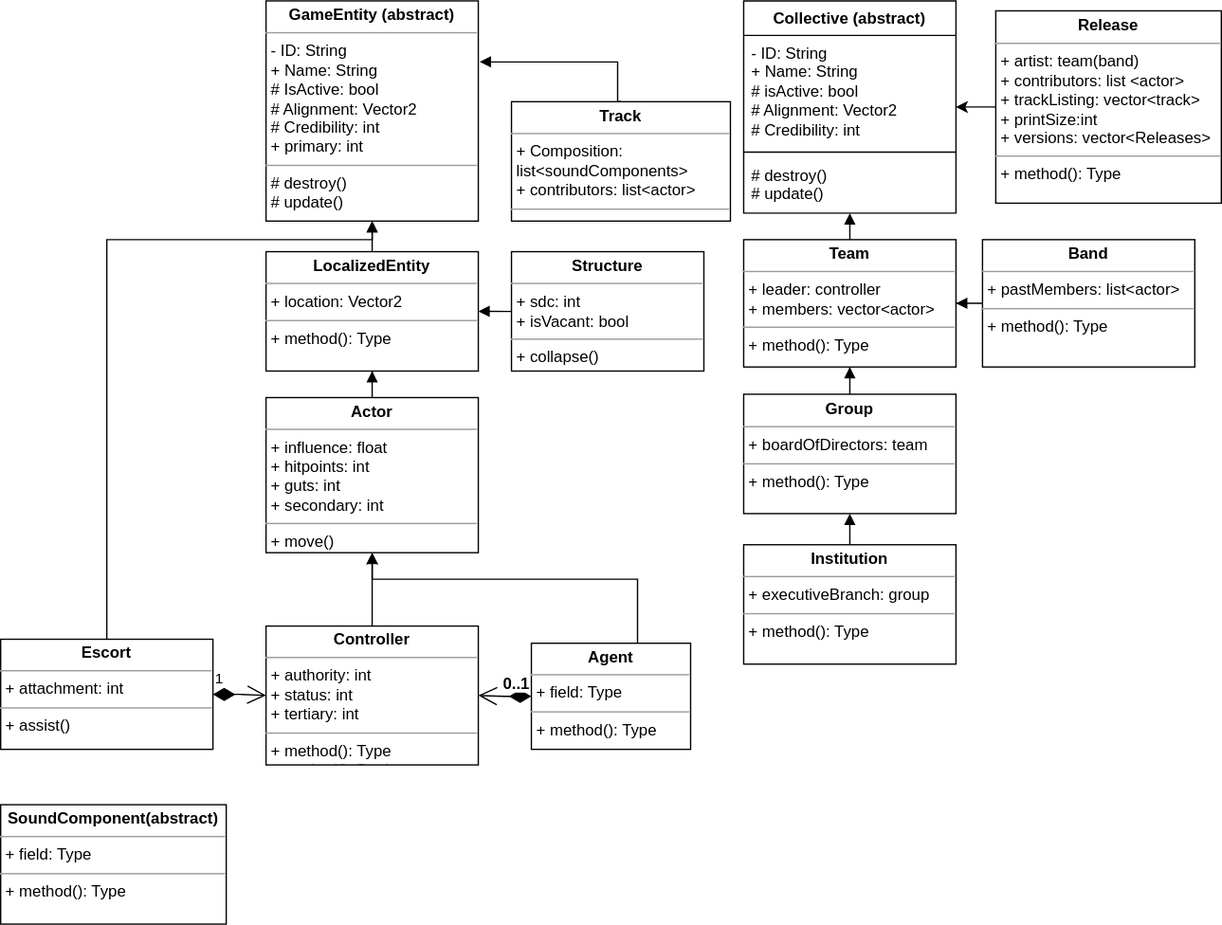
Before: TheProspector/Assets/Schematics/Entity.svg, a diagram exported from draw.io (SakuNurmiranta/TheProspector). Source tidied: cells renumbered, new cells last; positions are measured from the earlier drawing's top-left corner, leaving out a move shared by most shapes.
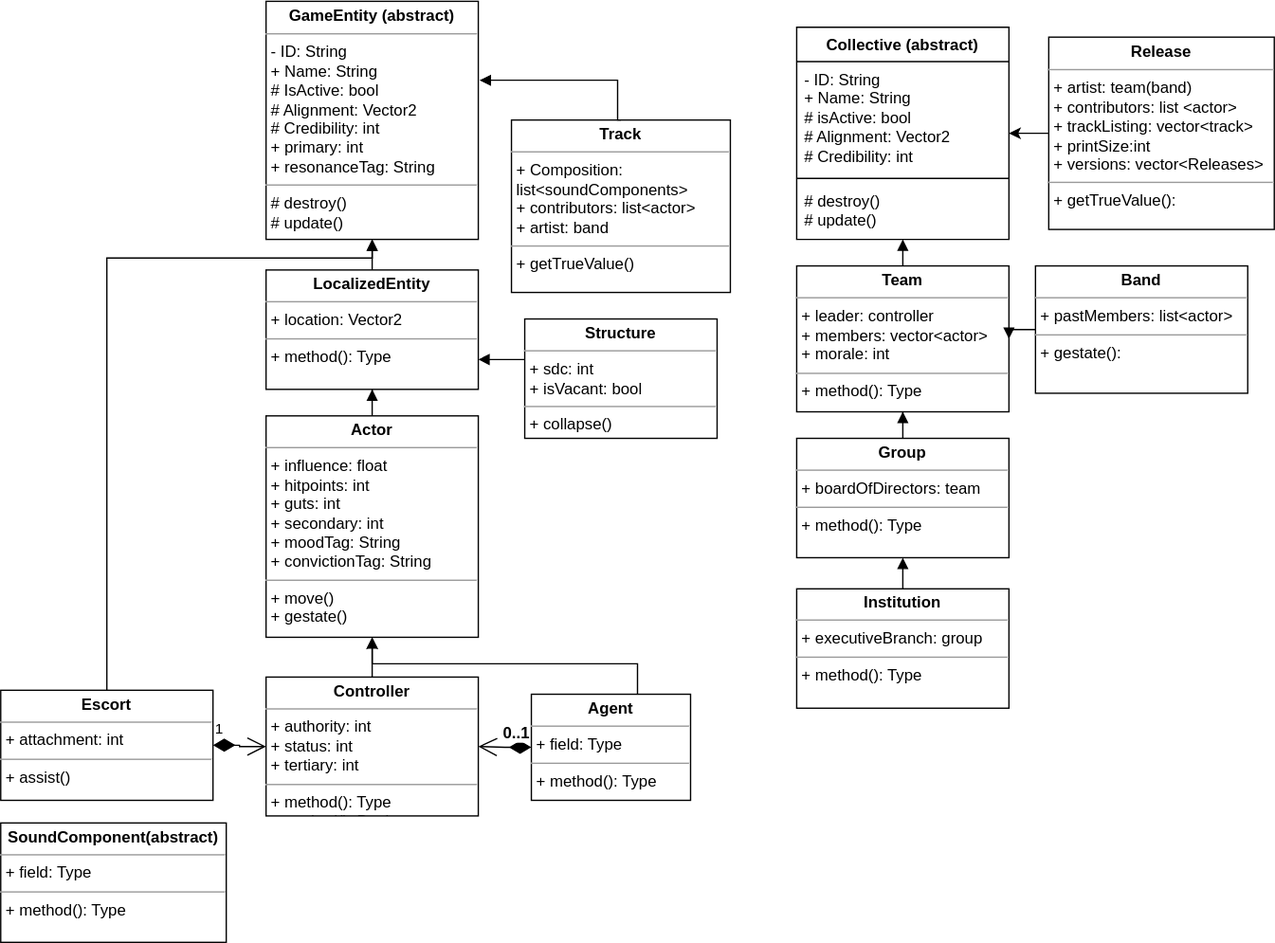
Above is the later version.

Commit message:
Track and Tag definations

Change to the diagram source:
```diff
@@ -4,4 +4,4 @@
     <mxCell id="1" parent="0" />
-    <mxCell id="2" value="&lt;p style=&quot;margin:0px;margin-top:4px;text-align:center;&quot;&gt;&lt;b&gt;GameEntity (abstract)&lt;/b&gt;&lt;/p&gt;&lt;hr size=&quot;1&quot;&gt;&lt;p style=&quot;margin:0px;margin-left:4px;&quot;&gt;- ID: String&lt;/p&gt;&lt;p style=&quot;border-color: var(--border-color); margin: 0px 0px 0px 4px;&quot;&gt;+ Name: String&lt;/p&gt;&lt;p style=&quot;border-color: var(--border-color); margin: 0px 0px 0px 4px;&quot;&gt;# IsActive: bool&lt;/p&gt;&lt;p style=&quot;border-color: var(--border-color); margin: 0px 0px 0px 4px;&quot;&gt;# Alignment: Vector2&lt;/p&gt;&lt;p style=&quot;border-color: var(--border-color); margin: 0px 0px 0px 4px;&quot;&gt;# Credibility: int&lt;/p&gt;&lt;p style=&quot;border-color: var(--border-color); margin: 0px 0px 0px 4px;&quot;&gt;+ primary: int&lt;/p&gt;&lt;hr size=&quot;1&quot;&gt;&lt;p style=&quot;margin:0px;margin-left:4px;&quot;&gt;&lt;span style=&quot;background-color: initial;&quot;&gt;# destroy()&lt;/span&gt;&lt;br&gt;&lt;/p&gt;&lt;p style=&quot;margin:0px;margin-left:4px;&quot;&gt;# update()&lt;/p&gt;" style="verticalAlign=top;align=left;overflow=fill;fontSize=12;fontFamily=Helvetica;html=1;whiteSpace=wrap;" parent="1" vertex="1">
-      <mxGeometry x="200" width="160" height="166" as="geometry" />
+    <mxCell id="2" value="&lt;p style=&quot;margin:0px;margin-top:4px;text-align:center;&quot;&gt;&lt;b&gt;GameEntity (abstract)&lt;/b&gt;&lt;/p&gt;&lt;hr size=&quot;1&quot;&gt;&lt;p style=&quot;margin:0px;margin-left:4px;&quot;&gt;- ID: String&lt;/p&gt;&lt;p style=&quot;border-color: var(--border-color); margin: 0px 0px 0px 4px;&quot;&gt;+ Name: String&lt;/p&gt;&lt;p style=&quot;border-color: var(--border-color); margin: 0px 0px 0px 4px;&quot;&gt;# IsActive: bool&lt;/p&gt;&lt;p style=&quot;border-color: var(--border-color); margin: 0px 0px 0px 4px;&quot;&gt;# Alignment: Vector2&lt;/p&gt;&lt;p style=&quot;border-color: var(--border-color); margin: 0px 0px 0px 4px;&quot;&gt;# Credibility: int&lt;/p&gt;&lt;p style=&quot;border-color: var(--border-color); margin: 0px 0px 0px 4px;&quot;&gt;+ primary: int&lt;/p&gt;&lt;p style=&quot;border-color: var(--border-color); margin: 0px 0px 0px 4px;&quot;&gt;+ resonanceTag: String&lt;/p&gt;&lt;hr size=&quot;1&quot;&gt;&lt;p style=&quot;margin:0px;margin-left:4px;&quot;&gt;&lt;span style=&quot;background-color: initial;&quot;&gt;# destroy()&lt;/span&gt;&lt;br&gt;&lt;/p&gt;&lt;p style=&quot;margin:0px;margin-left:4px;&quot;&gt;# update()&lt;/p&gt;" style="verticalAlign=top;align=left;overflow=fill;fontSize=12;fontFamily=Helvetica;html=1;whiteSpace=wrap;" parent="1" vertex="1">
+      <mxGeometry x="200" y="-13.5" width="160" height="179.5" as="geometry" />
     </mxCell>
@@ -11,3 +11,3 @@
     <mxCell id="4" value="&lt;p style=&quot;margin:0px;margin-top:4px;text-align:center;&quot;&gt;&lt;b&gt;Controller&lt;/b&gt;&lt;/p&gt;&lt;hr size=&quot;1&quot;&gt;&lt;p style=&quot;margin:0px;margin-left:4px;&quot;&gt;+ authority: int&lt;/p&gt;&lt;p style=&quot;margin:0px;margin-left:4px;&quot;&gt;+ status: int&lt;/p&gt;&lt;p style=&quot;margin:0px;margin-left:4px;&quot;&gt;+ tertiary: int&lt;/p&gt;&lt;hr size=&quot;1&quot;&gt;&lt;p style=&quot;margin:0px;margin-left:4px;&quot;&gt;+ method(): Type&lt;/p&gt;&lt;p style=&quot;margin:0px;margin-left:4px;&quot;&gt;+ method(): Declare&lt;/p&gt;" style="verticalAlign=top;align=left;overflow=fill;fontSize=12;fontFamily=Helvetica;html=1;whiteSpace=wrap;" parent="1" vertex="1">
-      <mxGeometry x="200" y="471.3" width="160" height="104.7" as="geometry" />
+      <mxGeometry x="200" y="496" width="160" height="104.7" as="geometry" />
     </mxCell>
@@ -16,4 +16,4 @@
         <Array as="points">
-          <mxPoint x="480" y="436" />
-          <mxPoint x="280" y="436" />
+          <mxPoint x="480" y="486" />
+          <mxPoint x="280" y="486" />
         </Array>
@@ -22,3 +22,3 @@
     <mxCell id="6" value="&lt;p style=&quot;margin:0px;margin-top:4px;text-align:center;&quot;&gt;&lt;b&gt;Agent&lt;/b&gt;&lt;/p&gt;&lt;hr size=&quot;1&quot;&gt;&lt;p style=&quot;margin:0px;margin-left:4px;&quot;&gt;+ field: Type&lt;/p&gt;&lt;hr size=&quot;1&quot;&gt;&lt;p style=&quot;margin:0px;margin-left:4px;&quot;&gt;+ method(): Type&lt;/p&gt;" style="verticalAlign=top;align=left;overflow=fill;fontSize=12;fontFamily=Helvetica;html=1;whiteSpace=wrap;" parent="1" vertex="1">
-      <mxGeometry x="400" y="484.2" width="120" height="80" as="geometry" />
+      <mxGeometry x="400" y="508.9" width="120" height="80" as="geometry" />
     </mxCell>
@@ -30,4 +30,4 @@
     </mxCell>
-    <mxCell id="9" value="&lt;p style=&quot;margin:0px;margin-top:4px;text-align:center;&quot;&gt;&lt;b&gt;Actor&lt;/b&gt;&lt;/p&gt;&lt;hr size=&quot;1&quot;&gt;&lt;p style=&quot;margin:0px;margin-left:4px;&quot;&gt;&lt;span style=&quot;background-color: initial;&quot;&gt;+ influence: float&lt;/span&gt;&lt;br&gt;&lt;/p&gt;&lt;p style=&quot;margin:0px;margin-left:4px;&quot;&gt;&lt;span style=&quot;background-color: initial;&quot;&gt;+ hitpoints: int&lt;/span&gt;&lt;/p&gt;&lt;p style=&quot;margin:0px;margin-left:4px;&quot;&gt;&lt;span style=&quot;background-color: initial;&quot;&gt;+ guts: int&lt;/span&gt;&lt;/p&gt;&lt;p style=&quot;margin:0px;margin-left:4px;&quot;&gt;&lt;span style=&quot;background-color: initial;&quot;&gt;+ secondary: int&lt;/span&gt;&lt;/p&gt;&lt;hr size=&quot;1&quot;&gt;&lt;p style=&quot;margin:0px;margin-left:4px;&quot;&gt;+ move()&lt;/p&gt;" style="verticalAlign=top;align=left;overflow=fill;fontSize=12;fontFamily=Helvetica;html=1;whiteSpace=wrap;" parent="1" vertex="1">
-      <mxGeometry x="200" y="299.1" width="160" height="116.9" as="geometry" />
+    <mxCell id="9" value="&lt;p style=&quot;margin:0px;margin-top:4px;text-align:center;&quot;&gt;&lt;b&gt;Actor&lt;/b&gt;&lt;/p&gt;&lt;hr size=&quot;1&quot;&gt;&lt;p style=&quot;margin:0px;margin-left:4px;&quot;&gt;&lt;span style=&quot;background-color: initial;&quot;&gt;+ influence: float&lt;/span&gt;&lt;br&gt;&lt;/p&gt;&lt;p style=&quot;margin:0px;margin-left:4px;&quot;&gt;&lt;span style=&quot;background-color: initial;&quot;&gt;+ hitpoints: int&lt;/span&gt;&lt;/p&gt;&lt;p style=&quot;margin:0px;margin-left:4px;&quot;&gt;&lt;span style=&quot;background-color: initial;&quot;&gt;+ guts: int&lt;/span&gt;&lt;/p&gt;&lt;p style=&quot;margin:0px;margin-left:4px;&quot;&gt;&lt;span style=&quot;background-color: initial;&quot;&gt;+ secondary: int&lt;/span&gt;&lt;/p&gt;&lt;p style=&quot;margin:0px;margin-left:4px;&quot;&gt;&lt;span style=&quot;background-color: initial;&quot;&gt;+ moodTag: String&lt;/span&gt;&lt;/p&gt;&lt;p style=&quot;margin:0px;margin-left:4px;&quot;&gt;&lt;span style=&quot;background-color: initial;&quot;&gt;+ convictionTag: String&lt;/span&gt;&lt;/p&gt;&lt;hr size=&quot;1&quot;&gt;&lt;p style=&quot;margin:0px;margin-left:4px;&quot;&gt;+ move()&lt;/p&gt;&lt;p style=&quot;margin:0px;margin-left:4px;&quot;&gt;+ gestate()&lt;/p&gt;" style="verticalAlign=top;align=left;overflow=fill;fontSize=12;fontFamily=Helvetica;html=1;whiteSpace=wrap;" parent="1" vertex="1">
+      <mxGeometry x="200" y="299.1" width="160" height="166.9" as="geometry" />
     </mxCell>
@@ -42,3 +42,3 @@
     <mxCell id="11" value="&lt;p style=&quot;margin:0px;margin-top:4px;text-align:center;&quot;&gt;&lt;b&gt;Escort&lt;/b&gt;&lt;/p&gt;&lt;hr size=&quot;1&quot;&gt;&lt;p style=&quot;margin:0px;margin-left:4px;&quot;&gt;+ attachment: int&lt;br&gt;&lt;/p&gt;&lt;hr size=&quot;1&quot;&gt;&lt;p style=&quot;margin:0px;margin-left:4px;&quot;&gt;+ assist()&lt;/p&gt;" style="verticalAlign=top;align=left;overflow=fill;fontSize=12;fontFamily=Helvetica;html=1;whiteSpace=wrap;" parent="1" vertex="1">
-      <mxGeometry y="481.2" width="160" height="83" as="geometry" />
+      <mxGeometry y="505.9" width="160" height="83" as="geometry" />
     </mxCell>
@@ -53,10 +53,14 @@
     </mxCell>
-    <mxCell id="15" style="edgeStyle=orthogonalEdgeStyle;rounded=0;jettySize=auto;html=1;entryX=1;entryY=0.5;entryDx=0;entryDy=0;endArrow=block;endFill=1;" parent="1" edge="1" source="16" target="14">
-      <mxGeometry relative="1" as="geometry" />
+    <mxCell id="15" style="edgeStyle=orthogonalEdgeStyle;rounded=0;jettySize=auto;html=1;endArrow=block;endFill=1;entryX=1;entryY=0.75;entryDx=0;entryDy=0;" parent="1" edge="1" source="16" target="14">
+      <mxGeometry relative="1" as="geometry">
+        <Array as="points">
+          <mxPoint x="380" y="256" />
+        </Array>
+      </mxGeometry>
     </mxCell>
     <mxCell id="16" value="&lt;p style=&quot;margin:0px;margin-top:4px;text-align:center;&quot;&gt;&lt;b&gt;Structure&lt;/b&gt;&lt;/p&gt;&lt;hr size=&quot;1&quot;&gt;&lt;p style=&quot;margin:0px;margin-left:4px;&quot;&gt;+ sdc: int&lt;/p&gt;&lt;p style=&quot;margin:0px;margin-left:4px;&quot;&gt;+ isVacant: bool&lt;/p&gt;&lt;hr size=&quot;1&quot;&gt;&lt;p style=&quot;margin:0px;margin-left:4px;&quot;&gt;+ collapse()&lt;/p&gt;" style="verticalAlign=top;align=left;overflow=fill;fontSize=12;fontFamily=Helvetica;html=1;whiteSpace=wrap;" parent="1" vertex="1">
-      <mxGeometry x="385" y="189.1" width="145" height="90" as="geometry" />
+      <mxGeometry x="395" y="226" width="145" height="90" as="geometry" />
     </mxCell>
     <mxCell id="17" value="Collective (abstract)" style="swimlane;fontStyle=1;align=center;verticalAlign=top;horizontal=1;startSize=26;whiteSpace=wrap;html=1;" parent="1" vertex="1">
-      <mxGeometry x="560" width="160" height="160" as="geometry" />
+      <mxGeometry x="600" y="6" width="160" height="160" as="geometry" />
     </mxCell>
@@ -71,4 +75,4 @@
     </mxCell>
-    <mxCell id="21" value="&lt;p style=&quot;margin:0px;margin-top:4px;text-align:center;&quot;&gt;&lt;b&gt;Team&lt;/b&gt;&lt;/p&gt;&lt;hr size=&quot;1&quot;&gt;&lt;p style=&quot;margin:0px;margin-left:4px;&quot;&gt;+ leader: controller&lt;/p&gt;&lt;p style=&quot;margin:0px;margin-left:4px;&quot;&gt;+ members: vector&amp;lt;actor&amp;gt;&lt;/p&gt;&lt;hr size=&quot;1&quot;&gt;&lt;p style=&quot;margin:0px;margin-left:4px;&quot;&gt;+ method(): Type&lt;/p&gt;" style="verticalAlign=top;align=left;overflow=fill;fontSize=12;fontFamily=Helvetica;html=1;whiteSpace=wrap;" parent="1" vertex="1">
-      <mxGeometry x="560" y="180" width="160" height="96" as="geometry" />
+    <mxCell id="21" value="&lt;p style=&quot;margin:0px;margin-top:4px;text-align:center;&quot;&gt;&lt;b&gt;Team&lt;/b&gt;&lt;/p&gt;&lt;hr size=&quot;1&quot;&gt;&lt;p style=&quot;margin:0px;margin-left:4px;&quot;&gt;+ leader: controller&lt;/p&gt;&lt;p style=&quot;margin:0px;margin-left:4px;&quot;&gt;+ members: vector&amp;lt;actor&amp;gt;&lt;/p&gt;&lt;p style=&quot;margin:0px;margin-left:4px;&quot;&gt;+ morale: int&lt;/p&gt;&lt;hr size=&quot;1&quot;&gt;&lt;p style=&quot;margin:0px;margin-left:4px;&quot;&gt;+ method(): Type&lt;/p&gt;" style="verticalAlign=top;align=left;overflow=fill;fontSize=12;fontFamily=Helvetica;html=1;whiteSpace=wrap;" parent="1" vertex="1">
+      <mxGeometry x="600" y="186" width="160" height="110" as="geometry" />
     </mxCell>
@@ -81,3 +85,3 @@
     <mxCell id="24" value="&lt;p style=&quot;margin:0px;margin-top:4px;text-align:center;&quot;&gt;&lt;b&gt;Group&lt;/b&gt;&lt;/p&gt;&lt;hr size=&quot;1&quot;&gt;&lt;p style=&quot;margin:0px;margin-left:4px;&quot;&gt;+ boardOfDirectors: team&lt;/p&gt;&lt;hr size=&quot;1&quot;&gt;&lt;p style=&quot;margin:0px;margin-left:4px;&quot;&gt;+ method(): Type&lt;/p&gt;" style="verticalAlign=top;align=left;overflow=fill;fontSize=12;fontFamily=Helvetica;html=1;whiteSpace=wrap;" parent="1" vertex="1">
-      <mxGeometry x="560" y="296.5" width="160" height="90" as="geometry" />
+      <mxGeometry x="600" y="316" width="160" height="90" as="geometry" />
     </mxCell>
@@ -87,6 +91,6 @@
     <mxCell id="26" value="&lt;p style=&quot;margin:0px;margin-top:4px;text-align:center;&quot;&gt;&lt;b&gt;Institution&lt;/b&gt;&lt;/p&gt;&lt;hr size=&quot;1&quot;&gt;&lt;p style=&quot;margin:0px;margin-left:4px;&quot;&gt;+ executiveBranch: group&lt;/p&gt;&lt;hr size=&quot;1&quot;&gt;&lt;p style=&quot;margin:0px;margin-left:4px;&quot;&gt;+ method(): Type&lt;/p&gt;" style="verticalAlign=top;align=left;overflow=fill;fontSize=12;fontFamily=Helvetica;html=1;whiteSpace=wrap;" parent="1" vertex="1">
-      <mxGeometry x="560" y="410" width="160" height="90" as="geometry" />
+      <mxGeometry x="600" y="429.5" width="160" height="90" as="geometry" />
     </mxCell>
-    <mxCell id="27" value="&lt;p style=&quot;margin:0px;margin-top:4px;text-align:center;&quot;&gt;&lt;b&gt;Track&lt;/b&gt;&lt;/p&gt;&lt;hr size=&quot;1&quot;&gt;&lt;p style=&quot;margin:0px;margin-left:4px;&quot;&gt;+ Composition: list&amp;lt;soundComponents&amp;gt;&lt;/p&gt;&lt;p style=&quot;margin:0px;margin-left:4px;&quot;&gt;+ contributors: list&amp;lt;actor&amp;gt;&lt;/p&gt;&lt;hr size=&quot;1&quot;&gt;&lt;p style=&quot;margin:0px;margin-left:4px;&quot;&gt;+ method(): Type&lt;/p&gt;" style="verticalAlign=top;align=left;overflow=fill;fontSize=12;fontFamily=Helvetica;html=1;whiteSpace=wrap;" parent="1" vertex="1">
-      <mxGeometry x="385" y="76" width="165" height="90" as="geometry" />
+    <mxCell id="27" value="&lt;p style=&quot;margin:0px;margin-top:4px;text-align:center;&quot;&gt;&lt;b&gt;Track&lt;/b&gt;&lt;/p&gt;&lt;hr size=&quot;1&quot;&gt;&lt;p style=&quot;margin:0px;margin-left:4px;&quot;&gt;+ Composition: list&amp;lt;soundComponents&amp;gt;&lt;/p&gt;&lt;p style=&quot;margin:0px;margin-left:4px;&quot;&gt;+ contributors: list&amp;lt;actor&amp;gt;&lt;/p&gt;&lt;p style=&quot;margin:0px;margin-left:4px;&quot;&gt;+ artist: band&lt;/p&gt;&lt;hr size=&quot;1&quot;&gt;&lt;p style=&quot;margin:0px;margin-left:4px;&quot;&gt;+ getTrueValue()&lt;/p&gt;" style="verticalAlign=top;align=left;overflow=fill;fontSize=12;fontFamily=Helvetica;html=1;whiteSpace=wrap;" parent="1" vertex="1">
+      <mxGeometry x="385" y="76" width="165" height="130" as="geometry" />
     </mxCell>
@@ -103,4 +107,4 @@
     </mxCell>
-    <mxCell id="30" value="&lt;p style=&quot;margin:0px;margin-top:4px;text-align:center;&quot;&gt;&lt;b&gt;Release&lt;/b&gt;&lt;/p&gt;&lt;hr size=&quot;1&quot;&gt;&lt;p style=&quot;margin:0px;margin-left:4px;&quot;&gt;+ artist: team(band)&lt;/p&gt;&lt;p style=&quot;margin:0px;margin-left:4px;&quot;&gt;+ contributors: list &amp;lt;actor&amp;gt;&lt;/p&gt;&lt;p style=&quot;margin:0px;margin-left:4px;&quot;&gt;+ trackListing: vector&amp;lt;track&amp;gt;&lt;/p&gt;&lt;p style=&quot;margin:0px;margin-left:4px;&quot;&gt;+ printSize:int&lt;/p&gt;&lt;p style=&quot;margin:0px;margin-left:4px;&quot;&gt;+ versions: vector&amp;lt;Releases&amp;gt;&lt;/p&gt;&lt;hr size=&quot;1&quot;&gt;&lt;p style=&quot;margin:0px;margin-left:4px;&quot;&gt;+ method(): Type&lt;/p&gt;" style="verticalAlign=top;align=left;overflow=fill;fontSize=12;fontFamily=Helvetica;html=1;whiteSpace=wrap;" parent="1" vertex="1">
-      <mxGeometry x="750" y="7.5" width="170" height="145" as="geometry" />
+    <mxCell id="30" value="&lt;p style=&quot;margin:0px;margin-top:4px;text-align:center;&quot;&gt;&lt;b&gt;Release&lt;/b&gt;&lt;/p&gt;&lt;hr size=&quot;1&quot;&gt;&lt;p style=&quot;margin:0px;margin-left:4px;&quot;&gt;+ artist: team(band)&lt;/p&gt;&lt;p style=&quot;margin:0px;margin-left:4px;&quot;&gt;+ contributors: list &amp;lt;actor&amp;gt;&lt;/p&gt;&lt;p style=&quot;margin:0px;margin-left:4px;&quot;&gt;+ trackListing: vector&amp;lt;track&amp;gt;&lt;/p&gt;&lt;p style=&quot;margin:0px;margin-left:4px;&quot;&gt;+ printSize:int&lt;/p&gt;&lt;p style=&quot;margin:0px;margin-left:4px;&quot;&gt;+ versions: vector&amp;lt;Releases&amp;gt;&lt;/p&gt;&lt;hr size=&quot;1&quot;&gt;&lt;p style=&quot;margin:0px;margin-left:4px;&quot;&gt;+ getTrueValue():&amp;nbsp;&lt;/p&gt;" style="verticalAlign=top;align=left;overflow=fill;fontSize=12;fontFamily=Helvetica;html=1;whiteSpace=wrap;" parent="1" vertex="1">
+      <mxGeometry x="790" y="13.5" width="170" height="145" as="geometry" />
     </mxCell>
@@ -109,4 +113,4 @@
     </mxCell>
-    <mxCell id="32" value="&lt;p style=&quot;margin:0px;margin-top:4px;text-align:center;&quot;&gt;&lt;b&gt;Band&lt;/b&gt;&lt;/p&gt;&lt;hr size=&quot;1&quot;&gt;&lt;p style=&quot;margin:0px;margin-left:4px;&quot;&gt;&lt;span style=&quot;background-color: initial;&quot;&gt;+ pastMembers: list&amp;lt;actor&amp;gt;&lt;/span&gt;&lt;br&gt;&lt;/p&gt;&lt;hr size=&quot;1&quot;&gt;&lt;p style=&quot;margin:0px;margin-left:4px;&quot;&gt;+ method(): Type&lt;/p&gt;" style="verticalAlign=top;align=left;overflow=fill;fontSize=12;fontFamily=Helvetica;html=1;whiteSpace=wrap;" parent="1" vertex="1">
-      <mxGeometry x="740" y="180" width="160" height="96" as="geometry" />
+    <mxCell id="32" value="&lt;p style=&quot;margin:0px;margin-top:4px;text-align:center;&quot;&gt;&lt;b&gt;Band&lt;/b&gt;&lt;/p&gt;&lt;hr size=&quot;1&quot;&gt;&lt;p style=&quot;margin:0px;margin-left:4px;&quot;&gt;&lt;span style=&quot;background-color: initial;&quot;&gt;+ pastMembers: list&amp;lt;actor&amp;gt;&lt;/span&gt;&lt;br&gt;&lt;/p&gt;&lt;hr size=&quot;1&quot;&gt;&lt;p style=&quot;margin:0px;margin-left:4px;&quot;&gt;+ gestate():&lt;/p&gt;" style="verticalAlign=top;align=left;overflow=fill;fontSize=12;fontFamily=Helvetica;html=1;whiteSpace=wrap;" parent="1" vertex="1">
+      <mxGeometry x="780" y="186" width="160" height="96" as="geometry" />
     </mxCell>
```
